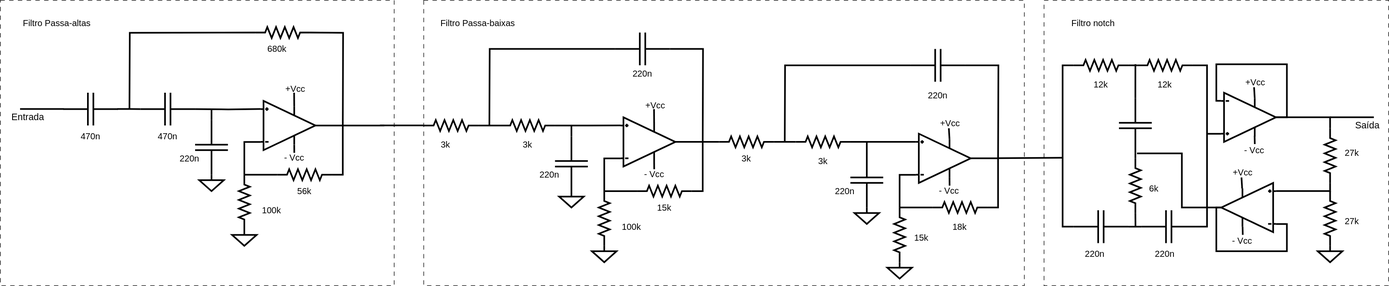
Earlier version of the draw.io export circuito.drawio.svg (daviseemann/ufsc-engineering). Source tidied: cells renumbered, new cells last; positions are measured from the earlier drawing's top-left corner, leaving out a move shared by most shapes.
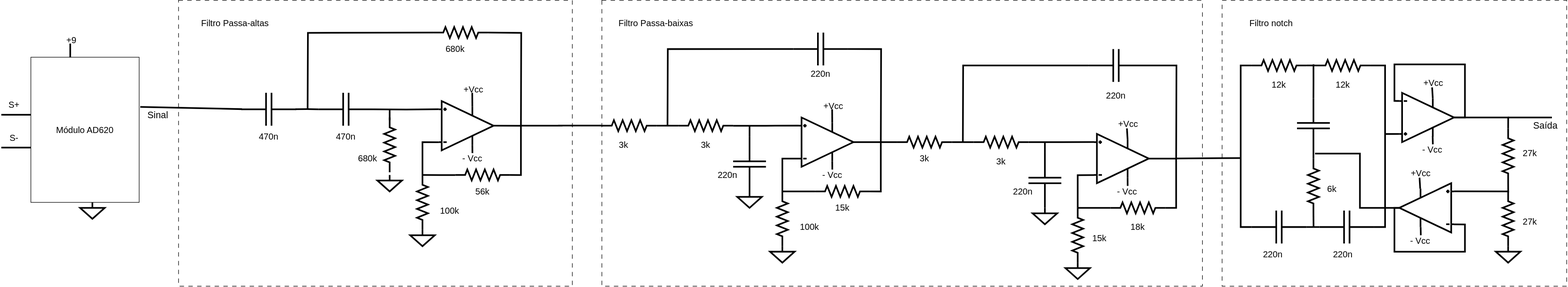
Above is the later version.

What changed in the source:
```diff
@@ -2,6 +2,9 @@
   <root>
     <mxCell id="0" />
     <mxCell id="1" parent="0" />
+    <mxCell id="125" style="rounded=0;whiteSpace=wrap;html=1;fillColor=none;dashed=1;dashPattern=8 8;" parent="1" vertex="1">
+      <mxGeometry x="774" width="1098" height="522" as="geometry" />
+    </mxCell>
     <mxCell id="2" style="rounded=0;whiteSpace=wrap;html=1;fillColor=none;dashed=1;dashPattern=8 8;" parent="1" vertex="1">
       <mxGeometry x="1908" width="630" height="522" as="geometry" />
     </mxCell>
@@ -217,14 +220,12 @@
         <mxPoint x="694" y="228.8" as="targetPoint" />
       </mxGeometry>
     </mxCell>
-    <mxCell id="59" style="edgeStyle=orthogonalEdgeStyle;rounded=0;jettySize=auto;html=1;endArrow=none;endFill=0;labelBackgroundColor=none;fontColor=default;strokeWidth=3;" parent="1" edge="1" source="60">
+    <mxCell id="59" style="edgeStyle=orthogonalEdgeStyle;rounded=0;orthogonalLoop=1;jettySize=auto;html=1;endArrow=none;endFill=0;labelBackgroundColor=none;fontColor=default;strokeWidth=3;" parent="1" edge="1">
       <mxGeometry relative="1" as="geometry">
+        <mxPoint x="386" y="219" as="sourcePoint" />
         <mxPoint x="386" y="199" as="targetPoint" />
       </mxGeometry>
     </mxCell>
-    <mxCell id="60" style="verticalLabelPosition=bottom;shadow=0;dashed=0;align=center;html=1;verticalAlign=top;shape=mxgraph.electrical.capacitors.capacitor_1;rotation=-90;labelBackgroundColor=none;rounded=0;strokeWidth=3;" parent="1" vertex="1">
-      <mxGeometry x="336" y="239" width="100" height="60" as="geometry" />
-    </mxCell>
     <mxCell id="61" value="&lt;font style=&quot;font-size: 16px;&quot;&gt;- Vcc&lt;/font&gt;" style="edgeStyle=orthogonalEdgeStyle;rounded=0;jettySize=auto;html=1;exitX=0.612;exitY=0.11;exitDx=0;exitDy=0;exitPerimeter=0;endArrow=none;endFill=0;labelBackgroundColor=none;fontColor=default;strokeWidth=3;" parent="1" edge="1" source="62">
       <mxGeometry x="1" y="-10" relative="1" as="geometry">
         <mxPoint x="537.3" y="279" as="targetPoint" />
@@ -301,7 +302,7 @@
     <mxCell id="78" value="680k" style="text;html=1;align=center;verticalAlign=middle;whiteSpace=wrap;rounded=0;fontSize=16;labelBackgroundColor=none;strokeWidth=3;" parent="1" vertex="1">
       <mxGeometry x="476" y="74" width="60" height="30" as="geometry" />
     </mxCell>
-    <mxCell id="79" value="220n" style="text;html=1;align=center;verticalAlign=middle;whiteSpace=wrap;rounded=0;fontSize=16;labelBackgroundColor=none;strokeWidth=3;" parent="1" vertex="1">
+    <mxCell id="79" value="680k" style="text;html=1;align=center;verticalAlign=middle;whiteSpace=wrap;rounded=0;fontSize=16;labelBackgroundColor=none;strokeWidth=3;" parent="1" vertex="1">
       <mxGeometry x="316" y="274" width="60" height="30" as="geometry" />
     </mxCell>
     <mxCell id="80" value="100k" style="text;html=1;align=center;verticalAlign=middle;whiteSpace=wrap;rounded=0;fontSize=16;labelBackgroundColor=none;strokeWidth=3;" parent="1" vertex="1">
@@ -310,13 +311,12 @@
     <mxCell id="81" value="56k" style="text;html=1;align=center;verticalAlign=middle;whiteSpace=wrap;rounded=0;fontSize=16;labelBackgroundColor=none;strokeWidth=3;" parent="1" vertex="1">
       <mxGeometry x="526" y="334" width="60" height="30" as="geometry" />
     </mxCell>
-    <mxCell id="82" style="edgeStyle=none;orthogonalLoop=1;jettySize=auto;html=1;rounded=0;endArrow=none;endFill=0;labelBackgroundColor=none;fontColor=default;strokeWidth=3;" parent="1" edge="1">
+    <mxCell id="82" style="edgeStyle=none;jettySize=auto;html=1;rounded=0;endArrow=none;endFill=0;labelBackgroundColor=none;fontColor=default;strokeWidth=3;entryX=1.01;entryY=0.342;entryDx=0;entryDy=0;entryPerimeter=0;" parent="1" edge="1" target="131">
       <mxGeometry relative="1" as="geometry">
         <mxPoint x="116" y="198.8" as="sourcePoint" />
-        <mxPoint x="36" y="198.8" as="targetPoint" />
       </mxGeometry>
     </mxCell>
-    <mxCell id="83" value="Entrada" style="edgeLabel;html=1;align=center;verticalAlign=middle;fontSize=17;labelBackgroundColor=none;rounded=0;" parent="82" vertex="1">
+    <mxCell id="83" value="Sinal" style="edgeLabel;html=1;align=center;verticalAlign=middle;fontSize=17;labelBackgroundColor=none;rounded=0;" parent="82" vertex="1">
       <mxGeometry x="0.67" relative="1" as="geometry">
         <mxPoint y="15" as="offset" />
       </mxGeometry>
@@ -497,9 +497,6 @@
     <mxCell id="124" value="27k" style="text;html=1;align=center;verticalAlign=middle;whiteSpace=wrap;rounded=0;fontSize=16;labelBackgroundColor=none;strokeWidth=3;" parent="1" vertex="1">
       <mxGeometry x="2441" y="389" width="60" height="30" as="geometry" />
     </mxCell>
-    <mxCell id="125" style="rounded=0;whiteSpace=wrap;html=1;fillColor=none;dashed=1;dashPattern=8 8;" parent="1" vertex="1">
-      <mxGeometry x="774" width="1098" height="522" as="geometry" />
-    </mxCell>
     <mxCell id="126" value="Filtro Passa-altas" style="text;html=1;align=center;verticalAlign=middle;whiteSpace=wrap;rounded=0;fontSize=16;labelBackgroundColor=none;strokeWidth=3;" parent="1" vertex="1">
       <mxGeometry x="36" y="27" width="135" height="30" as="geometry" />
     </mxCell>
@@ -520,5 +517,47 @@
         <mxPoint y="15" as="offset" />
       </mxGeometry>
     </mxCell>
+    <mxCell id="131" value="&lt;font style=&quot;font-size: 16px;&quot;&gt;Módulo AD620&lt;/font&gt;" style="rounded=0;whiteSpace=wrap;html=1;" parent="1" vertex="1">
+      <mxGeometry x="-270" y="104" width="198" height="265" as="geometry" />
+    </mxCell>
+    <mxCell id="132" style="verticalLabelPosition=bottom;shadow=0;dashed=0;align=center;html=1;verticalAlign=top;shape=mxgraph.electrical.signal_sources.signal_ground;labelBackgroundColor=none;rounded=0;strokeWidth=3;" parent="1" vertex="1">
+      <mxGeometry x="-180" y="369" width="45" height="30" as="geometry" />
+    </mxCell>
+    <mxCell id="133" style="edgeStyle=orthogonalEdgeStyle;rounded=0;orthogonalLoop=1;jettySize=auto;html=1;entryX=0.612;entryY=0.89;entryDx=0;entryDy=0;entryPerimeter=0;endArrow=none;endFill=0;labelBackgroundColor=none;fontColor=default;strokeWidth=3;" parent="1" edge="1">
+      <mxGeometry relative="1" as="geometry">
+        <mxPoint x="-198" y="79" as="sourcePoint" />
+        <mxPoint x="-198" y="104" as="targetPoint" />
+      </mxGeometry>
+    </mxCell>
+    <mxCell id="134" value="&lt;font style=&quot;font-size: 16px;&quot;&gt;+9&lt;/font&gt;" style="edgeLabel;html=1;align=center;verticalAlign=middle;labelBackgroundColor=none;rounded=0;" parent="133" vertex="1">
+      <mxGeometry x="-0.16" y="1" relative="1" as="geometry">
+        <mxPoint y="-18" as="offset" />
+      </mxGeometry>
+    </mxCell>
+    <mxCell id="135" style="edgeStyle=orthogonalEdgeStyle;rounded=0;orthogonalLoop=1;jettySize=auto;html=1;endArrow=none;endFill=0;labelBackgroundColor=none;fontColor=default;strokeWidth=3;" parent="1" edge="1">
+      <mxGeometry relative="1" as="geometry">
+        <mxPoint x="-324" y="209" as="sourcePoint" />
+        <mxPoint x="-270" y="209" as="targetPoint" />
+      </mxGeometry>
+    </mxCell>
+    <mxCell id="136" value="&lt;span style=&quot;font-size: 16px;&quot;&gt;S+&lt;/span&gt;" style="edgeLabel;html=1;align=center;verticalAlign=middle;labelBackgroundColor=none;rounded=0;" parent="135" vertex="1">
+      <mxGeometry x="-0.16" y="1" relative="1" as="geometry">
+        <mxPoint y="-18" as="offset" />
+      </mxGeometry>
+    </mxCell>
+    <mxCell id="137" style="edgeStyle=orthogonalEdgeStyle;rounded=0;orthogonalLoop=1;jettySize=auto;html=1;endArrow=none;endFill=0;labelBackgroundColor=none;fontColor=default;strokeWidth=3;" parent="1" edge="1">
+      <mxGeometry relative="1" as="geometry">
+        <mxPoint x="-324" y="269" as="sourcePoint" />
+        <mxPoint x="-270" y="269" as="targetPoint" />
+      </mxGeometry>
+    </mxCell>
+    <mxCell id="138" value="&lt;span style=&quot;font-size: 16px;&quot;&gt;S-&lt;/span&gt;" style="edgeLabel;html=1;align=center;verticalAlign=middle;labelBackgroundColor=none;rounded=0;" parent="137" vertex="1">
+      <mxGeometry x="-0.16" y="1" relative="1" as="geometry">
+        <mxPoint y="-18" as="offset" />
+      </mxGeometry>
+    </mxCell>
+    <mxCell id="139" style="verticalLabelPosition=bottom;shadow=0;dashed=0;align=center;html=1;verticalAlign=top;shape=mxgraph.electrical.resistors.resistor_2;direction=south;labelBackgroundColor=none;rounded=0;strokeWidth=3;" parent="1" vertex="1">
+      <mxGeometry x="376" y="214" width="20" height="100" as="geometry" />
+    </mxCell>
   </root>
 </mxGraphModel>
```
